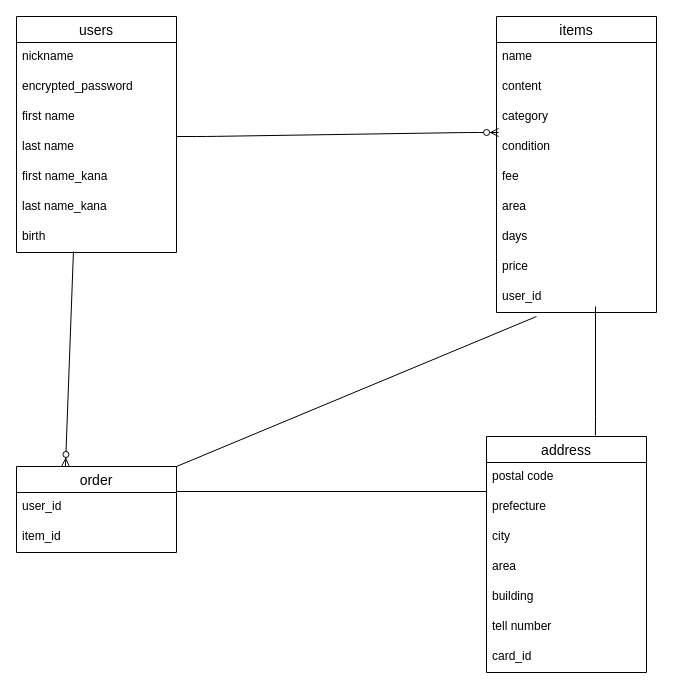
shot9269/furima-31672 keeps this draw.io diagram as furima-31672.dio. Above is the earlier version. Source tidied: cells renumbered, new cells numbered last; positions are measured from the earlier drawing's top-left corner, leaving out a move shared by most shapes. Both pictures are drawn from the tidied source at 100%, with x=0, y=0 at pixel (16, 16).
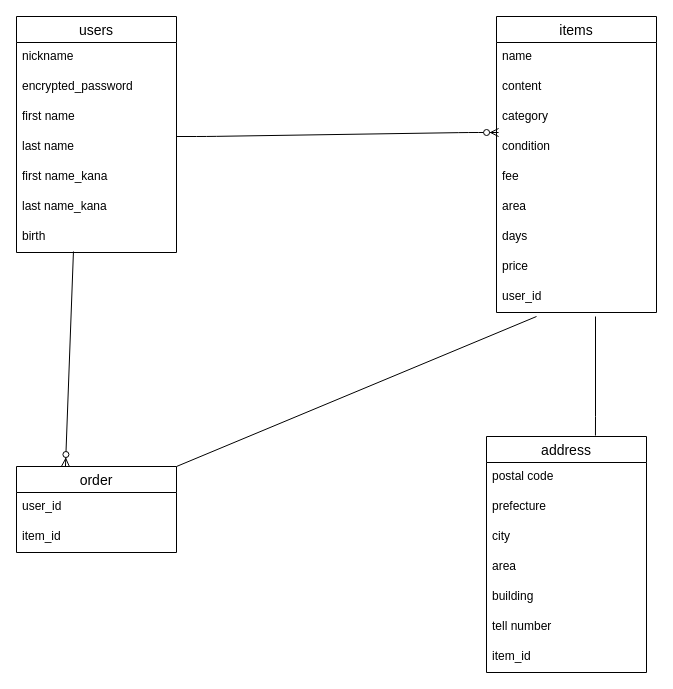
The same page after the edit.

Unchanged cells that the change refers to:
```xml
<mxCell id="23" value="address" style="swimlane;fontStyle=0;horizontal=1;startSize=26;align=center;fontSize=14;" parent="1" vertex="1">
  <mxGeometry x="470" y="420" width="160" height="236" as="geometry" />
</mxCell>
```

What changed in the source:
```diff
@@
     <mxCell id="20" style="endArrow=none;html=1;rounded=0;entryX=0.681;entryY=-0.004;entryDx=0;entryDy=0;entryPerimeter=0;" parent="1" edge="1" target="23">
       <mxGeometry relative="1" as="geometry">
-        <mxPoint x="579" y="290" as="sourcePoint" />
+        <mxPoint x="579" y="300" as="sourcePoint" />
         <Array as="points">
           <mxPoint x="579" y="400" />
         </Array>
       </mxGeometry>
     </mxCell>
@@
+    <mxCell id="35" value="tell number" style="text;strokeColor=none;fillColor=none;spacingLeft=4;spacingRight=4;overflow=hidden;fontSize=12;" parent="23" vertex="1">
+      <mxGeometry y="176" width="160" height="30" as="geometry" />
+    </mxCell>
-    <mxCell id="29" value="tell number" style="text;strokeColor=none;fillColor=none;spacingLeft=4;spacingRight=4;overflow=hidden;fontSize=12;" parent="23" vertex="1">
-      <mxGeometry y="176" width="160" height="30" as="geometry" />
+    <mxCell id="29" value="item_id" style="text;strokeColor=none;fillColor=none;spacingLeft=4;spacingRight=4;overflow=hidden;fontSize=12;" parent="23" vertex="1">
+      <mxGeometry y="206" width="160" height="30" as="geometry" />
     </mxCell>
-    <mxCell id="30" value="card_id" style="text;strokeColor=none;fillColor=none;spacingLeft=4;spacingRight=4;overflow=hidden;fontSize=12;" parent="23" vertex="1">
-      <mxGeometry y="206" width="160" height="30" as="geometry" />
-    </mxCell>
@@
-    <mxCell id="35" style="line;strokeWidth=1;dashed=0;labelPosition=right;align=left;verticalAlign=middle;spacingTop=0;spacingLeft=6;" parent="1" vertex="1">
-      <mxGeometry x="160" y="470" width="310" height="10" as="geometry" />
-    </mxCell>
```
